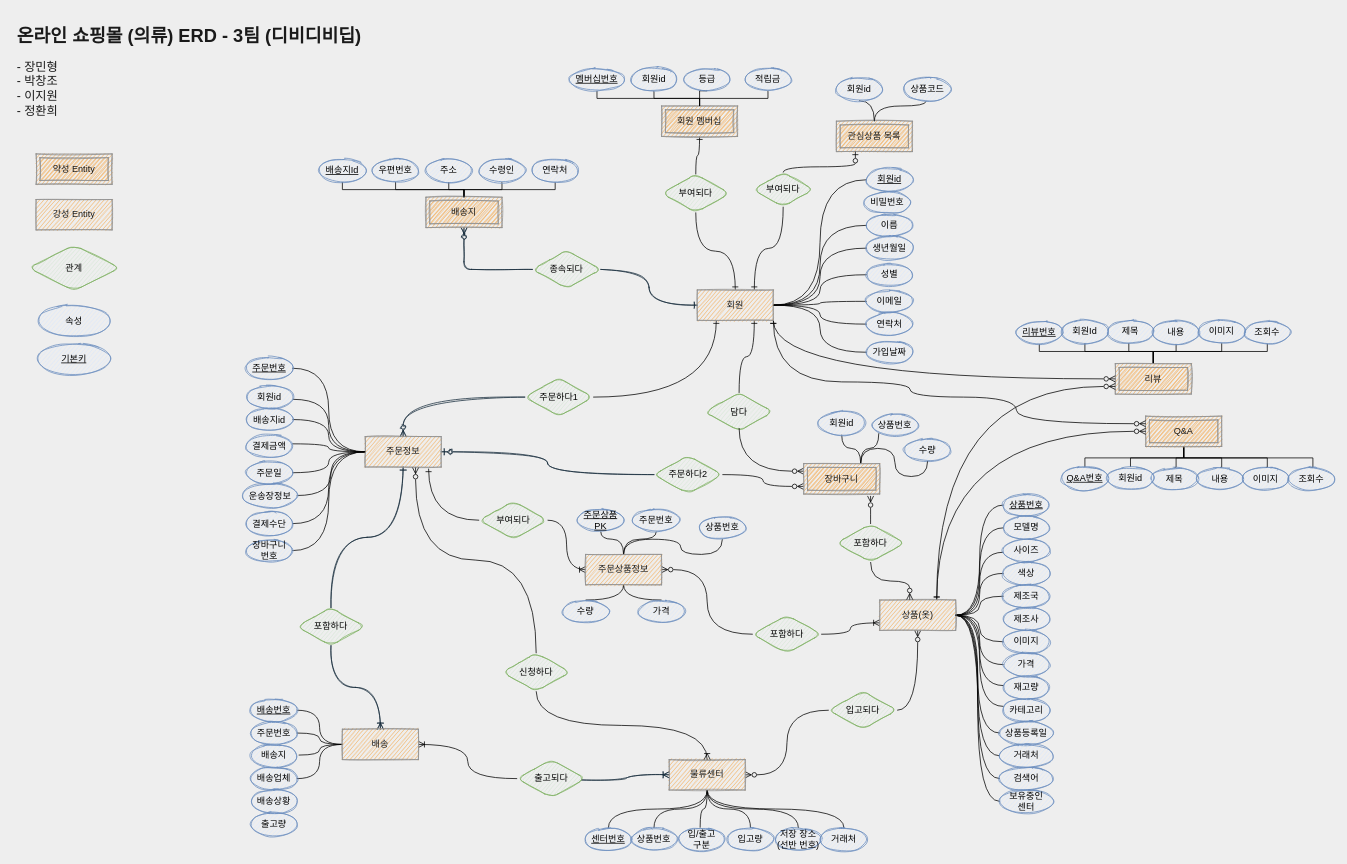
Above: page "페이지-2" (2 of 3) of Untitled Diagram.drawio in pcjo1202/DataBase-design (draw.io), before the change. Source tidied: cells renumbered, new cells numbered last; positions are measured from the earlier drawing's top-left corner, leaving out a move shared by most shapes. Both pictures are drawn from the tidied source at 76%, with x=0, y=0 at pixel (13, 21).
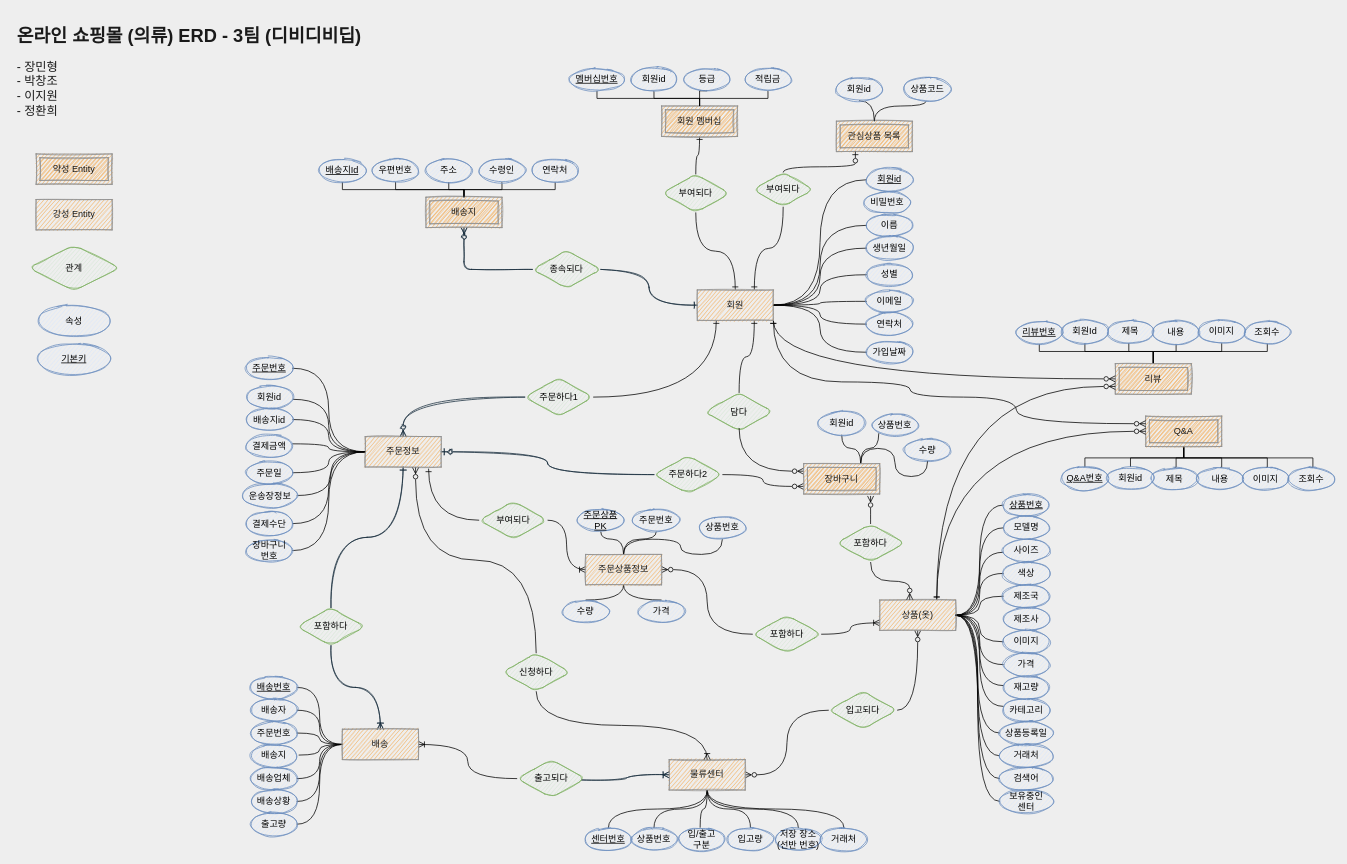
Above is the later version.

Commit message:
배송개체 수정

The change refers to these unchanged cells:
```xml
<mxCell id="108" value="배송" style="whiteSpace=wrap;html=1;align=center;rounded=0;sketch=1;fontColor=#1A1A1A;strokeColor=#909090;fillColor=#F5AB50;direction=west;" parent="1" vertex="1">
  <mxGeometry x="433" y="932" width="100" height="40" as="geometry" />
</mxCell>
<mxCell id="175" value="배송상황" style="ellipse;whiteSpace=wrap;html=1;align=center;rounded=0;sketch=1;strokeColor=#6c8ebf;fillColor=#dae8fc;" parent="1" vertex="1">
  <mxGeometry x="313" y="1012" width="60" height="30" as="geometry" />
</mxCell>
<mxCell id="176" value="출고량" style="ellipse;whiteSpace=wrap;html=1;align=center;rounded=0;sketch=1;strokeColor=#6c8ebf;fillColor=#dae8fc;" parent="1" vertex="1">
  <mxGeometry x="313" y="1042" width="60" height="30" as="geometry" />
</mxCell>
```

The edit, as a diff of the source:
```diff
@@
+    <mxCell id="206" style="edgeStyle=orthogonalEdgeStyle;curved=1;jettySize=auto;html=1;exitX=1;exitY=0.5;exitDx=0;exitDy=0;entryX=1;entryY=0.5;entryDx=0;entryDy=0;startArrow=none;startFill=0;endArrow=none;endFill=0;" parent="1" edge="1" source="108" target="209">
+      <mxGeometry relative="1" as="geometry" />
+    </mxCell>
+    <mxCell id="207" style="edgeStyle=orthogonalEdgeStyle;curved=1;jettySize=auto;html=1;exitX=1;exitY=0.5;exitDx=0;exitDy=0;entryX=1;entryY=0.5;entryDx=0;entryDy=0;startArrow=none;startFill=0;endArrow=none;endFill=0;" parent="1" edge="1" source="108" target="175">
+      <mxGeometry relative="1" as="geometry" />
+    </mxCell>
+    <mxCell id="208" style="edgeStyle=orthogonalEdgeStyle;curved=1;jettySize=auto;html=1;exitX=1;exitY=0.5;exitDx=0;exitDy=0;entryX=1;entryY=0.5;entryDx=0;entryDy=0;startArrow=none;startFill=0;endArrow=none;endFill=0;" parent="1" edge="1" source="108" target="176">
+      <mxGeometry relative="1" as="geometry" />
+    </mxCell>
@@
     <mxCell id="171" value="배송번호" style="ellipse;whiteSpace=wrap;html=1;align=center;fontStyle=4;rounded=0;sketch=1;strokeColor=#6c8ebf;fillColor=#dae8fc;" parent="1" vertex="1">
-      <mxGeometry x="313" y="892" width="60" height="30" as="geometry" />
+      <mxGeometry x="313" y="862" width="60" height="30" as="geometry" />
     </mxCell>
@@
+    <mxCell id="209" value="배송자" style="ellipse;whiteSpace=wrap;html=1;align=center;rounded=0;sketch=1;strokeColor=#6c8ebf;fillColor=#dae8fc;" parent="1" vertex="1">
+      <mxGeometry x="313" y="892" width="60" height="30" as="geometry" />
+    </mxCell>
```
